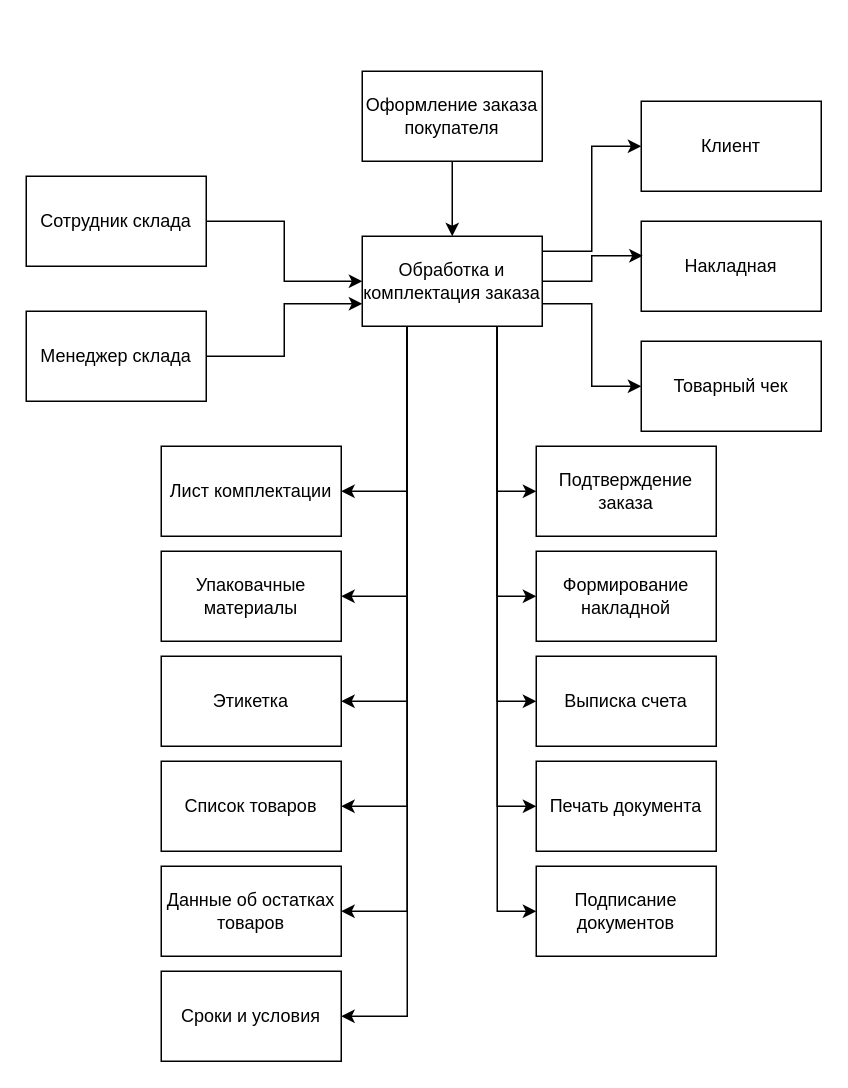
This is Практика 11.01/UML/214.drawio from Mirasali-1/Ychebnaya_Praktika, a draw.io file, before an edit. Source tidied: cells renumbered, new cells numbered last; positions are measured from the earlier drawing's top-left corner, leaving out a move shared by most shapes. Both pictures are drawn from the tidied source at 150%, with x=0, y=0 at pixel (26, 70).
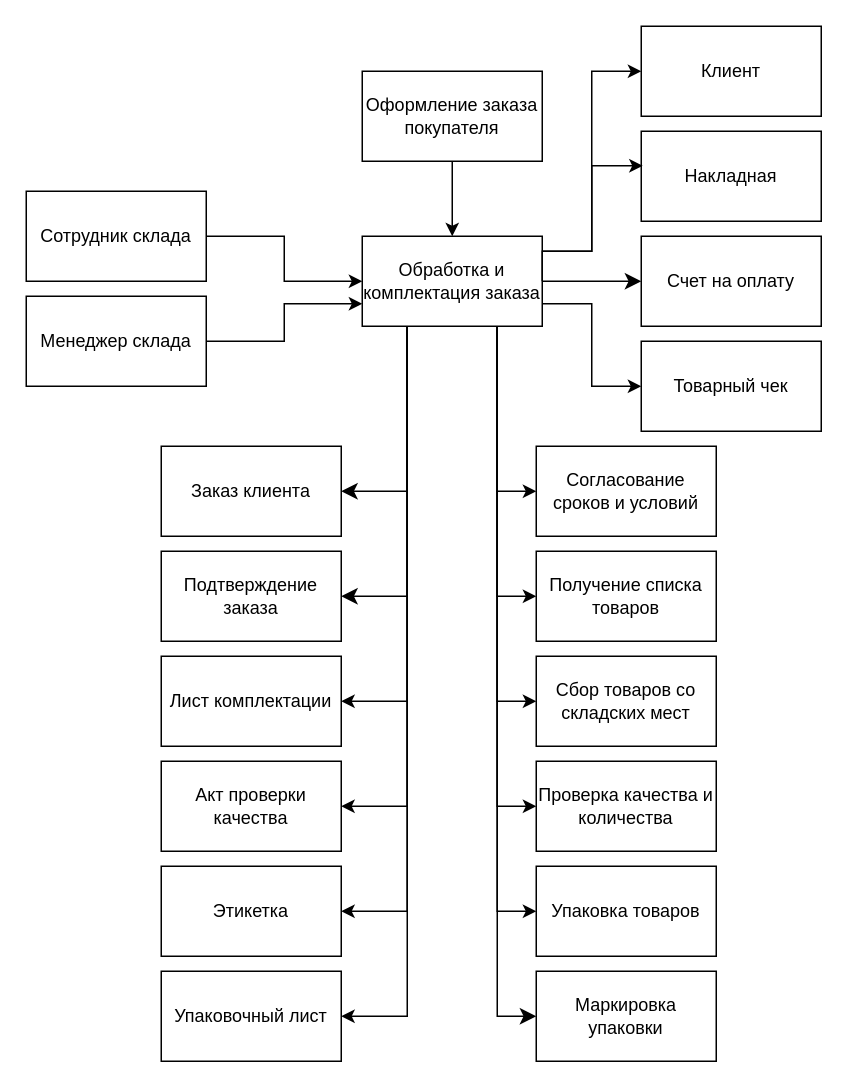
Above is the later version.

The change refers to these unchanged cells:
```xml
<mxCell id="15" value="Обработка и комплектация заказа" style="rounded=0;whiteSpace=wrap;html=1;" parent="1" vertex="1">
  <mxGeometry x="224" y="110" width="120" height="60" as="geometry" />
</mxCell>
```

Diff of the diagram source:
```diff
@@
     <mxCell id="2" style="edgeStyle=orthogonalEdgeStyle;rounded=0;jettySize=auto;html=1;exitX=1;exitY=0.5;exitDx=0;exitDy=0;entryX=0;entryY=0.5;entryDx=0;entryDy=0;" parent="1" edge="1" source="15" target="20">
       <mxGeometry relative="1" as="geometry">
         <Array as="points">
           <mxPoint x="344" y="120" />
           <mxPoint x="377" y="120" />
-          <mxPoint x="377" y="50" />
+          <mxPoint x="377" />
         </Array>
       </mxGeometry>
     </mxCell>
@@
-    <mxCell id="4" style="edgeStyle=orthogonalEdgeStyle;rounded=0;jettySize=auto;html=1;exitX=0.25;exitY=1;exitDx=0;exitDy=0;entryX=1;entryY=0.5;entryDx=0;entryDy=0;" parent="1" edge="1" source="15" target="30">
-      <mxGeometry relative="1" as="geometry" />
-    </mxCell>
@@
-    <mxCell id="9" style="edgeStyle=orthogonalEdgeStyle;rounded=0;jettySize=auto;html=1;exitX=0.25;exitY=1;exitDx=0;exitDy=0;entryX=1;entryY=0.5;entryDx=0;entryDy=0;" parent="1" edge="1" source="15" target="31">
-      <mxGeometry relative="1" as="geometry" />
-    </mxCell>
@@
+    <mxCell id="37" style="edgeStyle=orthogonalEdgeStyle;rounded=0;jettySize=auto;html=1;exitX=0.25;exitY=1;exitDx=0;exitDy=0;entryX=1;entryY=0.5;entryDx=0;entryDy=0;fontSize=12;startSize=8;endSize=8;" parent="1" edge="1" source="15" target="41">
+      <mxGeometry relative="1" as="geometry" />
+    </mxCell>
+    <mxCell id="38" style="edgeStyle=orthogonalEdgeStyle;rounded=0;jettySize=auto;html=1;exitX=0.25;exitY=1;exitDx=0;exitDy=0;entryX=1;entryY=0.5;entryDx=0;entryDy=0;fontSize=12;startSize=8;endSize=8;" parent="1" edge="1" source="15" target="42">
+      <mxGeometry relative="1" as="geometry" />
+    </mxCell>
+    <mxCell id="39" style="edgeStyle=orthogonalEdgeStyle;rounded=0;jettySize=auto;html=1;exitX=0.75;exitY=1;exitDx=0;exitDy=0;entryX=0;entryY=0.5;entryDx=0;entryDy=0;fontSize=12;startSize=8;endSize=8;" parent="1" edge="1" source="15" target="43">
+      <mxGeometry relative="1" as="geometry" />
+    </mxCell>
+    <mxCell id="40" style="edgeStyle=none;curved=1;rounded=0;jettySize=auto;html=1;exitX=1;exitY=0.5;exitDx=0;exitDy=0;entryX=0;entryY=0.5;entryDx=0;entryDy=0;fontSize=12;startSize=8;endSize=8;" parent="1" edge="1" source="15" target="44">
+      <mxGeometry relative="1" as="geometry" />
+    </mxCell>
@@
     <mxCell id="17" value="Сотрудник склада" style="rounded=0;whiteSpace=wrap;html=1;" parent="1" vertex="1">
-      <mxGeometry y="70" width="120" height="60" as="geometry" />
+      <mxGeometry y="80" width="120" height="60" as="geometry" />
     </mxCell>
@@
     <mxCell id="19" value="Менеджер склада" style="rounded=0;whiteSpace=wrap;html=1;" parent="1" vertex="1">
-      <mxGeometry y="160" width="120" height="60" as="geometry" />
+      <mxGeometry y="150" width="120" height="60" as="geometry" />
     </mxCell>
     <mxCell id="20" value="Клиент" style="rounded=0;whiteSpace=wrap;html=1;" parent="1" vertex="1">
-      <mxGeometry x="410" y="20" width="120" height="60" as="geometry" />
+      <mxGeometry x="410" y="-30" width="120" height="60" as="geometry" />
     </mxCell>
@@
     <mxCell id="23" value="Лист комплектации" style="rounded=0;whiteSpace=wrap;html=1;" parent="1" vertex="1">
-      <mxGeometry x="90" y="250" width="120" height="60" as="geometry" />
+      <mxGeometry x="90" y="390" width="120" height="60" as="geometry" />
     </mxCell>
     <mxCell id="24" value="Накладная" style="rounded=0;whiteSpace=wrap;html=1;" parent="1" vertex="1">
-      <mxGeometry x="410" y="100" width="120" height="60" as="geometry" />
+      <mxGeometry x="410" y="40" width="120" height="60" as="geometry" />
     </mxCell>
@@
     <mxCell id="26" style="edgeStyle=orthogonalEdgeStyle;rounded=0;jettySize=auto;html=1;exitX=1;exitY=0.5;exitDx=0;exitDy=0;entryX=0.008;entryY=0.383;entryDx=0;entryDy=0;entryPerimeter=0;" parent="1" edge="1" source="15" target="24">
-      <mxGeometry relative="1" as="geometry" />
+      <mxGeometry relative="1" as="geometry">
+        <Array as="points">
+          <mxPoint x="344" y="120" />
+          <mxPoint x="377" y="120" />
+          <mxPoint x="377" y="63" />
+        </Array>
+      </mxGeometry>
     </mxCell>
-    <mxCell id="27" value="Упаковачные материалы" style="rounded=0;whiteSpace=wrap;html=1;" parent="1" vertex="1">
-      <mxGeometry x="90" y="320" width="120" height="60" as="geometry" />
+    <mxCell id="27" value="Акт проверки качества" style="rounded=0;whiteSpace=wrap;html=1;" parent="1" vertex="1">
+      <mxGeometry x="90" y="460" width="120" height="60" as="geometry" />
     </mxCell>
     <mxCell id="28" value="Этикетка" style="rounded=0;whiteSpace=wrap;html=1;" parent="1" vertex="1">
-      <mxGeometry x="90" y="390" width="120" height="60" as="geometry" />
+      <mxGeometry x="90" y="530" width="120" height="60" as="geometry" />
     </mxCell>
-    <mxCell id="29" value="Список товаров" style="rounded=0;whiteSpace=wrap;html=1;" parent="1" vertex="1">
-      <mxGeometry x="90" y="460" width="120" height="60" as="geometry" />
+    <mxCell id="29" value="Упаковочный лист" style="rounded=0;whiteSpace=wrap;html=1;" parent="1" vertex="1">
+      <mxGeometry x="90" y="600" width="120" height="60" as="geometry" />
     </mxCell>
-    <mxCell id="30" value="Данные об остатках товаров" style="rounded=0;whiteSpace=wrap;html=1;" parent="1" vertex="1">
-      <mxGeometry x="90" y="530" width="120" height="60" as="geometry" />
-    </mxCell>
-    <mxCell id="31" value="Сроки и условия" style="rounded=0;whiteSpace=wrap;html=1;" parent="1" vertex="1">
-      <mxGeometry x="90" y="600" width="120" height="60" as="geometry" />
-    </mxCell>
-    <mxCell id="32" value="Подтверждение заказа" style="rounded=0;whiteSpace=wrap;html=1;" parent="1" vertex="1">
+    <mxCell id="32" value="Согласование сроков и условий" style="rounded=0;whiteSpace=wrap;html=1;" parent="1" vertex="1">
       <mxGeometry x="340" y="250" width="120" height="60" as="geometry" />
     </mxCell>
-    <mxCell id="33" value="Формирование накладной" style="rounded=0;whiteSpace=wrap;html=1;" parent="1" vertex="1">
+    <mxCell id="33" value="Получение списка товаров" style="rounded=0;whiteSpace=wrap;html=1;" parent="1" vertex="1">
       <mxGeometry x="340" y="320" width="120" height="60" as="geometry" />
     </mxCell>
-    <mxCell id="34" value="Выписка счета" style="rounded=0;whiteSpace=wrap;html=1;" parent="1" vertex="1">
+    <mxCell id="34" value="Сбор товаров со складских мест" style="rounded=0;whiteSpace=wrap;html=1;" parent="1" vertex="1">
       <mxGeometry x="340" y="390" width="120" height="60" as="geometry" />
     </mxCell>
-    <mxCell id="35" value="Печать документа" style="rounded=0;whiteSpace=wrap;html=1;" parent="1" vertex="1">
+    <mxCell id="35" value="Проверка качества и количества" style="rounded=0;whiteSpace=wrap;html=1;" parent="1" vertex="1">
       <mxGeometry x="340" y="460" width="120" height="60" as="geometry" />
     </mxCell>
-    <mxCell id="36" value="Подписание документов" style="rounded=0;whiteSpace=wrap;html=1;" parent="1" vertex="1">
+    <mxCell id="36" value="Упаковка товаров" style="rounded=0;whiteSpace=wrap;html=1;" parent="1" vertex="1">
       <mxGeometry x="340" y="530" width="120" height="60" as="geometry" />
     </mxCell>
+    <mxCell id="41" value="Заказ клиента" style="rounded=0;whiteSpace=wrap;html=1;" parent="1" vertex="1">
+      <mxGeometry x="90" y="250" width="120" height="60" as="geometry" />
+    </mxCell>
+    <mxCell id="42" value="Подтверждение заказа" style="rounded=0;whiteSpace=wrap;html=1;" parent="1" vertex="1">
+      <mxGeometry x="90" y="320" width="120" height="60" as="geometry" />
+    </mxCell>
+    <mxCell id="43" value="Маркировка упаковки" style="rounded=0;whiteSpace=wrap;html=1;" parent="1" vertex="1">
+      <mxGeometry x="340" y="600" width="120" height="60" as="geometry" />
+    </mxCell>
+    <mxCell id="44" value="Счет на оплату" style="rounded=0;whiteSpace=wrap;html=1;" parent="1" vertex="1">
+      <mxGeometry x="410" y="110" width="120" height="60" as="geometry" />
+    </mxCell>
```
